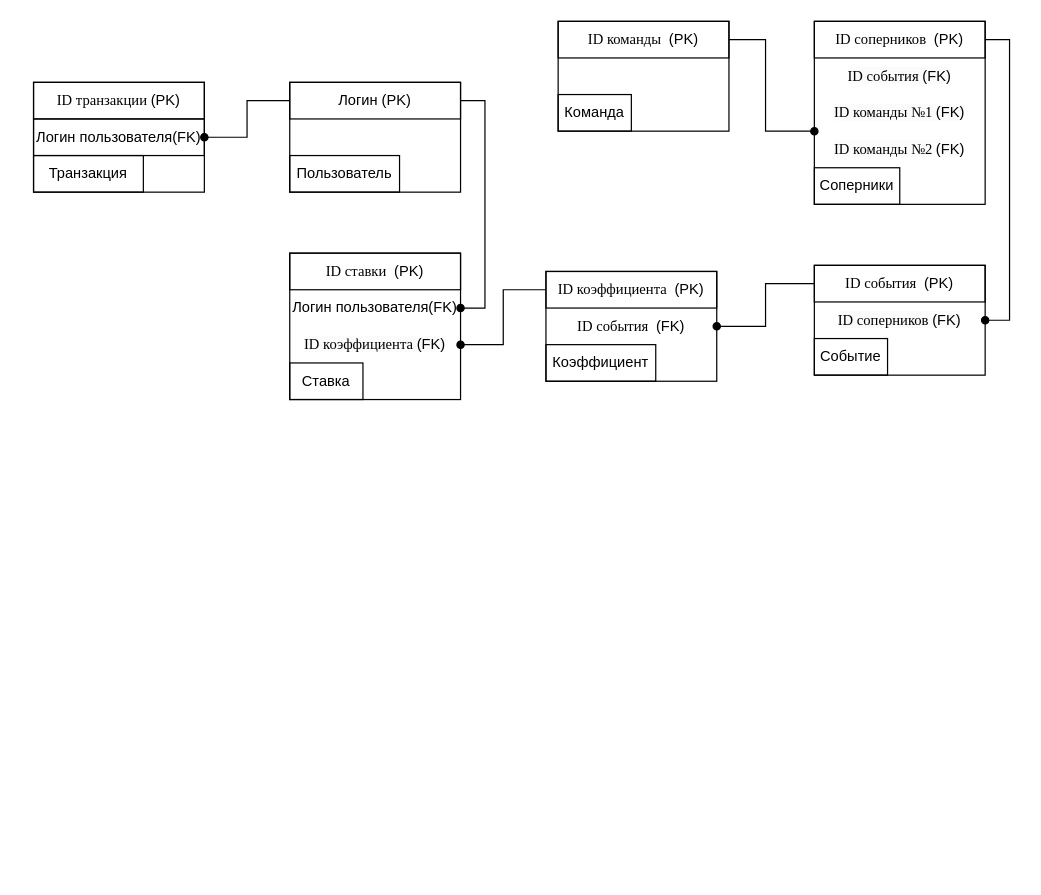
ainesskk/term5 keeps this draw.io diagram as бд/курсач/диаграммаНаКлючах.drawio. Above is the earlier version. Source tidied: cells renumbered, new cells numbered last; positions are measured from the earlier drawing's top-left corner, leaving out a move shared by most shapes. Both pictures are drawn from the tidied source at 122%, with x=0, y=0 at pixel (33, 21).
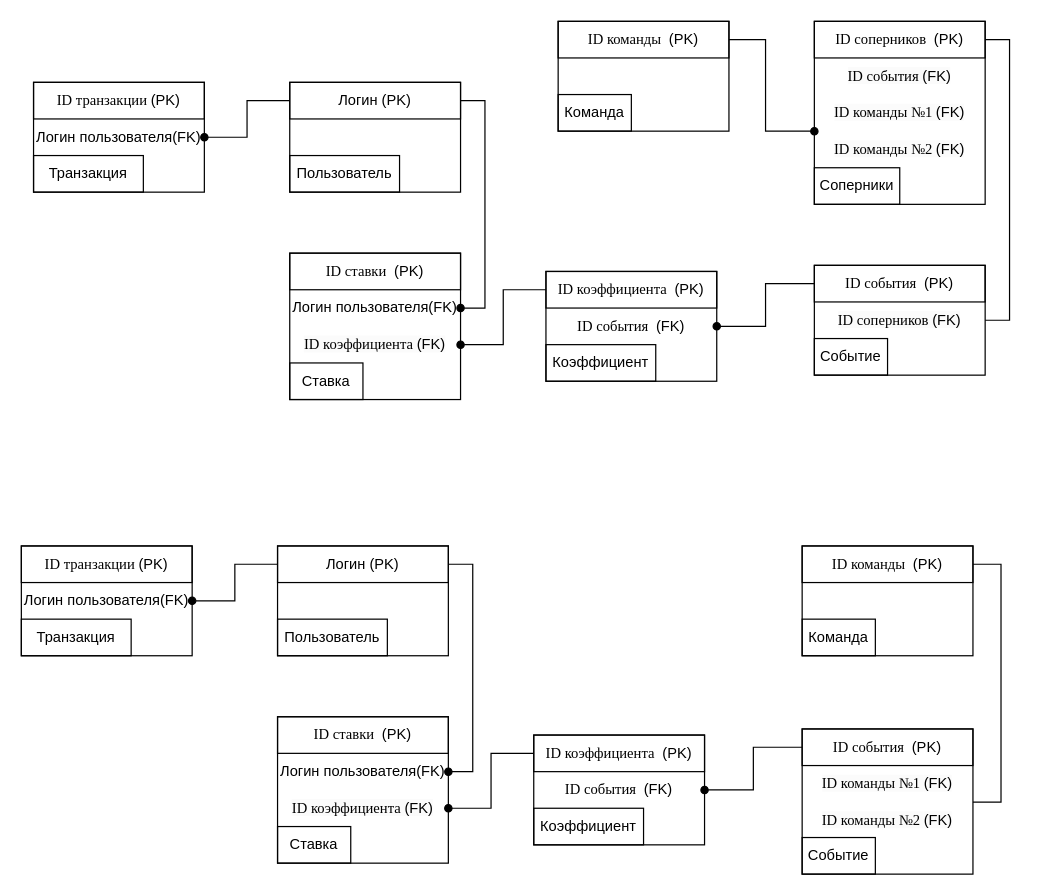
The same diagram, later.

The change refers to these unchanged cells:
```xml
<mxCell id="27" value="&lt;br&gt;&lt;span style=&quot;forced-color-adjust: none; color: rgb(0, 0, 0); font-size: 12px; font-style: normal; font-variant-ligatures: normal; font-variant-caps: normal; font-weight: 400; letter-spacing: normal; orphans: 2; text-align: center; text-indent: 0px; text-transform: none; widows: 2; word-spacing: 0px; -webkit-text-stroke-width: 0px; white-space: normal; background-color: rgb(251, 251, 251); text-decoration-thickness: initial; text-decoration-style: initial; text-decoration-color: initial; line-height: 12.72px; font-family: &amp;quot;Times New Roman&amp;quot;, serif;&quot; lang=&quot;EN-US&quot;&gt;ID&lt;span&gt;&amp;nbsp;соперников&amp;nbsp;&lt;/span&gt;&lt;/span&gt;&lt;span style=&quot;color: rgb(0, 0, 0); font-family: Helvetica; font-size: 12px; font-style: normal; font-variant-ligatures: normal; font-variant-caps: normal; font-weight: 400; letter-spacing: normal; orphans: 2; text-align: center; text-indent: 0px; text-transform: none; widows: 2; word-spacing: 0px; -webkit-text-stroke-width: 0px; white-space: normal; background-color: rgb(251, 251, 251); text-decoration-thickness: initial; text-decoration-style: initial; text-decoration-color: initial; display: inline !important; float: none;&quot;&gt;(FK)&lt;/span&gt;&lt;div&gt;&lt;br&gt;&lt;/div&gt;" style="rounded=0;whiteSpace=wrap;html=1;fillColor=none;strokeColor=none;" parent="1" vertex="1">
  <mxGeometry x="640" y="230" width="140" height="30" as="geometry" />
</mxCell>
<mxCell id="34" value="&lt;font style=&quot;font-size: 12px;&quot;&gt;&lt;span style=&quot;line-height: 106%; font-family: &amp;quot;Times New Roman&amp;quot;, serif;&quot; lang=&quot;EN-US&quot;&gt;ID соперников&lt;/span&gt;&lt;span style=&quot;line-height: 106%; font-family: &amp;quot;Times New Roman&amp;quot;, serif;&quot;&gt;&amp;nbsp;&lt;/span&gt;&amp;nbsp;(PK)&lt;/font&gt;" style="rounded=0;whiteSpace=wrap;html=1;fillColor=none;" parent="1" vertex="1">
  <mxGeometry x="640" width="140" height="30" as="geometry" />
</mxCell>
```

Diff of the diagram source:
```diff
@@
-    <mxCell id="26" value="Логин пользователя(FK)" style="rounded=0;whiteSpace=wrap;html=1;fillColor=none;" parent="1" vertex="1">
+    <mxCell id="26" value="Логин пользователя(FK)" style="rounded=0;whiteSpace=wrap;html=1;fillColor=none;strokeColor=none;" parent="1" vertex="1">
       <mxGeometry y="80" width="140" height="30" as="geometry" />
     </mxCell>
@@
-    <mxCell id="33" style="edgeStyle=orthogonalEdgeStyle;rounded=0;jettySize=auto;html=1;entryX=1;entryY=0.5;entryDx=0;entryDy=0;exitX=1;exitY=0.5;exitDx=0;exitDy=0;endArrow=oval;endFill=1;startArrow=none;startFill=0;" parent="1" edge="1" source="34" target="27">
+    <mxCell id="33" style="edgeStyle=orthogonalEdgeStyle;rounded=0;jettySize=auto;html=1;entryX=1;entryY=0.5;entryDx=0;entryDy=0;exitX=1;exitY=0.5;exitDx=0;exitDy=0;endArrow=none;endFill=0;startArrow=none;startFill=0;" parent="1" edge="1" source="34" target="27">
       <mxGeometry relative="1" as="geometry" />
     </mxCell>
@@
+    <mxCell id="41" style="rounded=0;whiteSpace=wrap;html=1;fillColor=none;" parent="1" vertex="1">
+      <mxGeometry x="200" y="430" width="140" height="90" as="geometry" />
+    </mxCell>
+    <mxCell id="42" style="edgeStyle=orthogonalEdgeStyle;rounded=0;jettySize=auto;html=1;entryX=1;entryY=0.5;entryDx=0;entryDy=0;endArrow=oval;endFill=1;" parent="1" edge="1" source="44" target="65">
+      <mxGeometry relative="1" as="geometry" />
+    </mxCell>
+    <mxCell id="43" style="edgeStyle=orthogonalEdgeStyle;rounded=0;jettySize=auto;html=1;entryX=1;entryY=0.5;entryDx=0;entryDy=0;endArrow=oval;endFill=1;" parent="1" edge="1" source="44" target="70">
+      <mxGeometry relative="1" as="geometry">
+        <Array as="points">
+          <mxPoint x="360" y="445" />
+          <mxPoint x="360" y="615" />
+        </Array>
+      </mxGeometry>
+    </mxCell>
+    <mxCell id="44" value="Логин (PK)" style="rounded=0;whiteSpace=wrap;html=1;fillColor=none;" parent="1" vertex="1">
+      <mxGeometry x="200" y="430" width="140" height="30" as="geometry" />
+    </mxCell>
+    <mxCell id="45" value="Пользователь" style="rounded=0;whiteSpace=wrap;html=1;fillColor=none;" parent="1" vertex="1">
+      <mxGeometry x="200" y="490" width="90" height="30" as="geometry" />
+    </mxCell>
+    <mxCell id="46" style="rounded=0;whiteSpace=wrap;html=1;fillColor=none;strokeColor=none;" parent="1" vertex="1">
+      <mxGeometry x="200" y="460" width="140" height="30" as="geometry" />
+    </mxCell>
+    <mxCell id="47" style="rounded=0;whiteSpace=wrap;html=1;fillColor=none;" parent="1" vertex="1">
+      <mxGeometry x="200" y="570" width="140" height="120" as="geometry" />
+    </mxCell>
+    <mxCell id="48" value="&lt;font style=&quot;font-size: 12px;&quot;&gt;&lt;span style=&quot;line-height: 106%; font-family: &amp;quot;Times New Roman&amp;quot;, serif;&quot; lang=&quot;EN-US&quot;&gt;ID &lt;/span&gt;&lt;span style=&quot;line-height: 106%; font-family: &amp;quot;Times New Roman&amp;quot;, serif;&quot;&gt;ставки&amp;nbsp;&lt;/span&gt;&amp;nbsp;(PK)&lt;/font&gt;" style="rounded=0;whiteSpace=wrap;html=1;fillColor=none;" parent="1" vertex="1">
+      <mxGeometry x="200" y="570" width="140" height="30" as="geometry" />
+    </mxCell>
+    <mxCell id="49" value="Ставка" style="rounded=0;whiteSpace=wrap;html=1;fillColor=none;" parent="1" vertex="1">
+      <mxGeometry x="200" y="660" width="60" height="30" as="geometry" />
+    </mxCell>
+    <mxCell id="50" value="&lt;br&gt;&lt;span style=&quot;forced-color-adjust: none; color: rgb(0, 0, 0); font-size: 12px; font-style: normal; font-variant-ligatures: normal; font-variant-caps: normal; font-weight: 400; letter-spacing: normal; orphans: 2; text-align: center; text-indent: 0px; text-transform: none; widows: 2; word-spacing: 0px; -webkit-text-stroke-width: 0px; white-space: normal; background-color: rgb(251, 251, 251); text-decoration-thickness: initial; text-decoration-style: initial; text-decoration-color: initial; line-height: 12.72px; font-family: &amp;quot;Times New Roman&amp;quot;, serif;&quot; lang=&quot;EN-US&quot;&gt;ID&lt;span&gt;&amp;nbsp;коэффициента&amp;nbsp;&lt;/span&gt;&lt;/span&gt;&lt;span style=&quot;color: rgb(0, 0, 0); font-family: Helvetica; font-size: 12px; font-style: normal; font-variant-ligatures: normal; font-variant-caps: normal; font-weight: 400; letter-spacing: normal; orphans: 2; text-align: center; text-indent: 0px; text-transform: none; widows: 2; word-spacing: 0px; -webkit-text-stroke-width: 0px; white-space: normal; background-color: rgb(251, 251, 251); text-decoration-thickness: initial; text-decoration-style: initial; text-decoration-color: initial; display: inline !important; float: none;&quot;&gt;(FK)&lt;/span&gt;&lt;div&gt;&lt;br/&gt;&lt;/div&gt;" style="rounded=0;whiteSpace=wrap;html=1;fillColor=none;strokeColor=none;" parent="1" vertex="1">
+      <mxGeometry x="200" y="630" width="140" height="30" as="geometry" />
+    </mxCell>
+    <mxCell id="51" style="rounded=0;whiteSpace=wrap;html=1;fillColor=none;" parent="1" vertex="1">
+      <mxGeometry x="630" y="580" width="140" height="119" as="geometry" />
+    </mxCell>
+    <mxCell id="52" style="edgeStyle=orthogonalEdgeStyle;rounded=0;jettySize=auto;html=1;entryX=1;entryY=0.5;entryDx=0;entryDy=0;endArrow=oval;endFill=1;" parent="1" edge="1" source="53" target="60">
+      <mxGeometry relative="1" as="geometry" />
+    </mxCell>
+    <mxCell id="53" value="&lt;font style=&quot;font-size: 12px;&quot;&gt;&lt;span style=&quot;line-height: 106%; font-family: &amp;quot;Times New Roman&amp;quot;, serif;&quot; lang=&quot;EN-US&quot;&gt;ID события&lt;/span&gt;&lt;span style=&quot;line-height: 106%; font-family: &amp;quot;Times New Roman&amp;quot;, serif;&quot;&gt;&amp;nbsp;&lt;/span&gt;&amp;nbsp;(PK)&lt;/font&gt;" style="rounded=0;whiteSpace=wrap;html=1;fillColor=none;" parent="1" vertex="1">
+      <mxGeometry x="630" y="580" width="140" height="30" as="geometry" />
+    </mxCell>
+    <mxCell id="54" value="Событие" style="rounded=0;whiteSpace=wrap;html=1;fillColor=none;" parent="1" vertex="1">
+      <mxGeometry x="630" y="669" width="60" height="30" as="geometry" />
+    </mxCell>
+    <mxCell id="55" value="&lt;div&gt;&lt;br&gt;&lt;/div&gt;" style="rounded=0;whiteSpace=wrap;html=1;fillColor=none;strokeColor=none;" parent="1" vertex="1">
+      <mxGeometry x="630" y="610" width="140" height="30" as="geometry" />
+    </mxCell>
+    <mxCell id="56" style="rounded=0;whiteSpace=wrap;html=1;fillColor=none;" parent="1" vertex="1">
+      <mxGeometry x="410" y="585" width="140" height="90" as="geometry" />
+    </mxCell>
+    <mxCell id="57" style="edgeStyle=orthogonalEdgeStyle;rounded=0;jettySize=auto;html=1;entryX=1;entryY=0.5;entryDx=0;entryDy=0;endArrow=oval;endFill=1;" parent="1" edge="1" source="58" target="50">
+      <mxGeometry relative="1" as="geometry" />
+    </mxCell>
+    <mxCell id="58" value="&lt;font style=&quot;font-size: 12px;&quot;&gt;&lt;span style=&quot;line-height: 106%; font-family: &amp;quot;Times New Roman&amp;quot;, serif;&quot; lang=&quot;EN-US&quot;&gt;ID&amp;nbsp;&lt;/span&gt;&lt;span style=&quot;line-height: 106%; font-family: &amp;quot;Times New Roman&amp;quot;, serif;&quot;&gt;коэффициента&amp;nbsp;&lt;/span&gt;&amp;nbsp;(PK)&lt;/font&gt;" style="rounded=0;whiteSpace=wrap;html=1;fillColor=none;" parent="1" vertex="1">
+      <mxGeometry x="410" y="585" width="140" height="30" as="geometry" />
+    </mxCell>
+    <mxCell id="59" value="Коэффициент" style="rounded=0;whiteSpace=wrap;html=1;fillColor=none;" parent="1" vertex="1">
+      <mxGeometry x="410" y="645" width="90" height="30" as="geometry" />
+    </mxCell>
+    <mxCell id="60" value="&lt;font style=&quot;font-size: 12px;&quot;&gt;&lt;span style=&quot;line-height: 106%; font-family: &amp;quot;Times New Roman&amp;quot;, serif;&quot; lang=&quot;EN-US&quot;&gt;ID события&lt;/span&gt;&lt;span style=&quot;line-height: 106%; font-family: &amp;quot;Times New Roman&amp;quot;, serif;&quot;&gt;&amp;nbsp;&lt;/span&gt;&amp;nbsp;(FK)&lt;/font&gt;" style="rounded=0;whiteSpace=wrap;html=1;fillColor=none;fontColor=default;strokeColor=none;" parent="1" vertex="1">
+      <mxGeometry x="410" y="615" width="140" height="30" as="geometry" />
+    </mxCell>
+    <mxCell id="61" style="rounded=0;whiteSpace=wrap;html=1;fillColor=none;" parent="1" vertex="1">
+      <mxGeometry x="-10" y="430" width="140" height="90" as="geometry" />
+    </mxCell>
+    <mxCell id="62" value="&lt;font style=&quot;font-size: 12px;&quot;&gt;&lt;span style=&quot;font-family: &amp;quot;Times New Roman&amp;quot;, serif;&quot; lang=&quot;EN-US&quot;&gt;ID &lt;/span&gt;&lt;span style=&quot;line-height: 106%; font-family: &amp;quot;Times New Roman&amp;quot;, serif;&quot;&gt;транзакции&amp;nbsp;&lt;/span&gt;(PK)&lt;/font&gt;" style="rounded=0;whiteSpace=wrap;html=1;fillColor=none;" parent="1" vertex="1">
+      <mxGeometry x="-10" y="430" width="140" height="30" as="geometry" />
+    </mxCell>
+    <mxCell id="63" value="Транзакция" style="rounded=0;whiteSpace=wrap;html=1;fillColor=none;" parent="1" vertex="1">
+      <mxGeometry x="-10" y="490" width="90" height="30" as="geometry" />
+    </mxCell>
+    <mxCell id="64" style="rounded=0;whiteSpace=wrap;html=1;fillColor=none;strokeColor=none;" parent="1" vertex="1">
+      <mxGeometry x="-10" y="460" width="140" height="30" as="geometry" />
+    </mxCell>
+    <mxCell id="65" value="Логин пользователя(FK)" style="rounded=0;whiteSpace=wrap;html=1;fillColor=none;strokeColor=none;" parent="1" vertex="1">
+      <mxGeometry x="-10" y="460" width="140" height="30" as="geometry" />
+    </mxCell>
+    <mxCell id="66" style="rounded=0;whiteSpace=wrap;html=1;fillColor=none;" parent="1" vertex="1">
+      <mxGeometry x="630" y="430" width="140" height="90" as="geometry" />
+    </mxCell>
+    <mxCell id="67" style="edgeStyle=orthogonalEdgeStyle;rounded=0;jettySize=auto;html=1;entryX=1;entryY=0;entryDx=0;entryDy=0;endArrow=none;endFill=0;" parent="1" edge="1" source="68" target="72">
+      <mxGeometry relative="1" as="geometry">
+        <Array as="points">
+          <mxPoint x="793" y="445" />
+          <mxPoint x="793" y="640" />
+        </Array>
+      </mxGeometry>
+    </mxCell>
+    <mxCell id="68" value="&lt;font style=&quot;font-size: 12px;&quot;&gt;&lt;span style=&quot;line-height: 106%; font-family: &amp;quot;Times New Roman&amp;quot;, serif;&quot; lang=&quot;EN-US&quot;&gt;ID команды&lt;/span&gt;&lt;span style=&quot;line-height: 106%; font-family: &amp;quot;Times New Roman&amp;quot;, serif;&quot;&gt;&amp;nbsp;&lt;/span&gt;&amp;nbsp;(PK)&lt;/font&gt;" style="rounded=0;whiteSpace=wrap;html=1;fillColor=none;" parent="1" vertex="1">
+      <mxGeometry x="630" y="430" width="140" height="30" as="geometry" />
+    </mxCell>
+    <mxCell id="69" value="Команда" style="rounded=0;whiteSpace=wrap;html=1;fillColor=none;" parent="1" vertex="1">
+      <mxGeometry x="630" y="490" width="60" height="30" as="geometry" />
+    </mxCell>
+    <mxCell id="70" value="&lt;font style=&quot;font-size: 12px;&quot;&gt;Логин пользователя(FK)&lt;/font&gt;" style="rounded=0;whiteSpace=wrap;html=1;fillColor=none;strokeColor=none;" parent="1" vertex="1">
+      <mxGeometry x="200" y="600" width="140" height="30" as="geometry" />
+    </mxCell>
+    <mxCell id="71" value="&lt;br&gt;&lt;span style=&quot;forced-color-adjust: none; color: rgb(0, 0, 0); font-size: 12px; font-style: normal; font-variant-ligatures: normal; font-variant-caps: normal; font-weight: 400; letter-spacing: normal; orphans: 2; text-align: center; text-indent: 0px; text-transform: none; widows: 2; word-spacing: 0px; -webkit-text-stroke-width: 0px; white-space: normal; background-color: rgb(251, 251, 251); text-decoration-thickness: initial; text-decoration-style: initial; text-decoration-color: initial; line-height: 12.72px; font-family: &amp;quot;Times New Roman&amp;quot;, serif;&quot; lang=&quot;EN-US&quot;&gt;ID&lt;span&gt;&amp;nbsp;команды №1&amp;nbsp;&lt;/span&gt;&lt;/span&gt;&lt;span style=&quot;color: rgb(0, 0, 0); font-family: Helvetica; font-size: 12px; font-style: normal; font-variant-ligatures: normal; font-variant-caps: normal; font-weight: 400; letter-spacing: normal; orphans: 2; text-align: center; text-indent: 0px; text-transform: none; widows: 2; word-spacing: 0px; -webkit-text-stroke-width: 0px; white-space: normal; background-color: rgb(251, 251, 251); text-decoration-thickness: initial; text-decoration-style: initial; text-decoration-color: initial; display: inline !important; float: none;&quot;&gt;(FK)&lt;/span&gt;&lt;div&gt;&lt;br&gt;&lt;/div&gt;" style="rounded=0;whiteSpace=wrap;html=1;fillColor=none;strokeColor=none;" parent="1" vertex="1">
+      <mxGeometry x="630" y="610" width="140" height="30" as="geometry" />
+    </mxCell>
+    <mxCell id="72" value="&lt;br&gt;&lt;span style=&quot;forced-color-adjust: none; color: rgb(0, 0, 0); font-size: 12px; font-style: normal; font-variant-ligatures: normal; font-variant-caps: normal; font-weight: 400; letter-spacing: normal; orphans: 2; text-align: center; text-indent: 0px; text-transform: none; widows: 2; word-spacing: 0px; -webkit-text-stroke-width: 0px; white-space: normal; background-color: rgb(251, 251, 251); text-decoration-thickness: initial; text-decoration-style: initial; text-decoration-color: initial; line-height: 12.72px; font-family: &amp;quot;Times New Roman&amp;quot;, serif;&quot; lang=&quot;EN-US&quot;&gt;ID&lt;span&gt;&amp;nbsp;команды №2&amp;nbsp;&lt;/span&gt;&lt;/span&gt;&lt;span style=&quot;color: rgb(0, 0, 0); font-family: Helvetica; font-size: 12px; font-style: normal; font-variant-ligatures: normal; font-variant-caps: normal; font-weight: 400; letter-spacing: normal; orphans: 2; text-align: center; text-indent: 0px; text-transform: none; widows: 2; word-spacing: 0px; -webkit-text-stroke-width: 0px; white-space: normal; background-color: rgb(251, 251, 251); text-decoration-thickness: initial; text-decoration-style: initial; text-decoration-color: initial; display: inline !important; float: none;&quot;&gt;(FK)&lt;/span&gt;&lt;div&gt;&lt;br&gt;&lt;/div&gt;" style="rounded=0;whiteSpace=wrap;html=1;fillColor=none;strokeColor=none;" parent="1" vertex="1">
+      <mxGeometry x="630" y="640" width="140" height="30" as="geometry" />
+    </mxCell>
```
